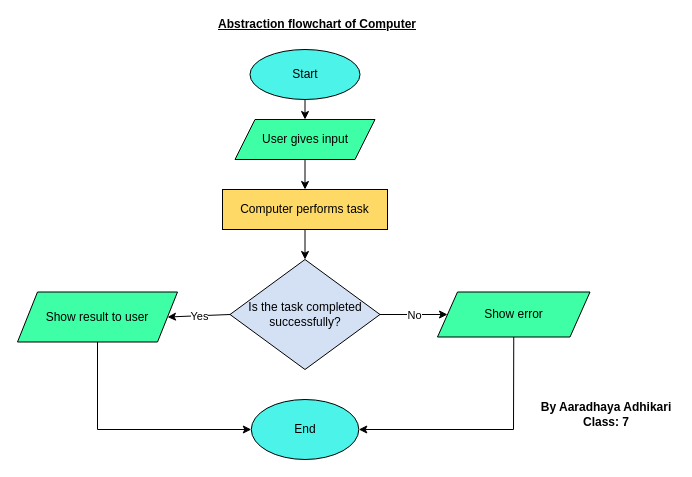
Above: Aaradhya.drawio in dikshyarai10/CHM (draw.io), before the change. Source tidied: cells renumbered, new cells numbered last; positions are measured from the earlier drawing's top-left corner, leaving out a move shared by most shapes. Both pictures are drawn from the tidied source at 100%, with x=0, y=0 at pixel (17, 19).
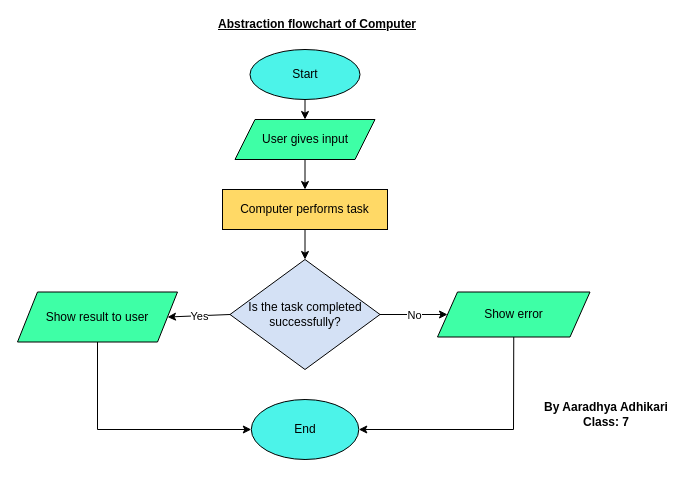
The same diagram, later.

Diff of the diagram source:
```diff
@@
-    <mxCell id="19" value="&lt;b&gt;By Aaradhaya Adhikari&lt;/b&gt;&lt;div&gt;&lt;b&gt;Class: 7&lt;/b&gt;&lt;/div&gt;" style="text;html=1;align=center;verticalAlign=middle;whiteSpace=wrap;rounded=0;" parent="1" vertex="1">
+    <mxCell id="19" value="&lt;b&gt;By Aaradhya Adhikari&lt;/b&gt;&lt;div&gt;&lt;b&gt;Class: 7&lt;/b&gt;&lt;/div&gt;" style="text;html=1;align=center;verticalAlign=middle;whiteSpace=wrap;rounded=0;" parent="1" vertex="1">
       <mxGeometry x="520" y="380" width="137.5" height="30" as="geometry" />
     </mxCell>
```
